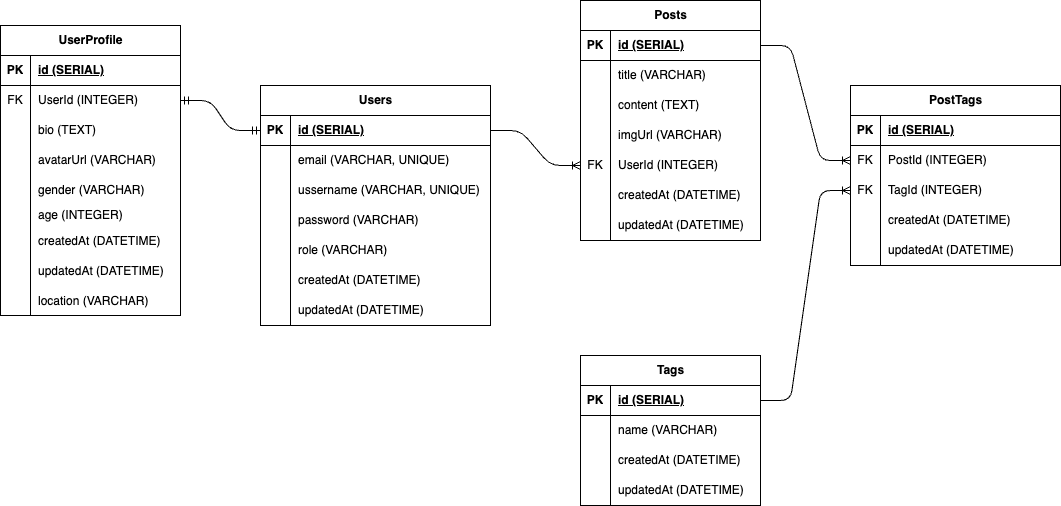
CanSaragih/SocialMedia-Instagram keeps this draw.io diagram as SocialMedia.drawio.png. Above is the earlier version. Source tidied: cells renumbered, new cells last; positions are measured from the earlier drawing's top-left corner, leaving out a move shared by most shapes.
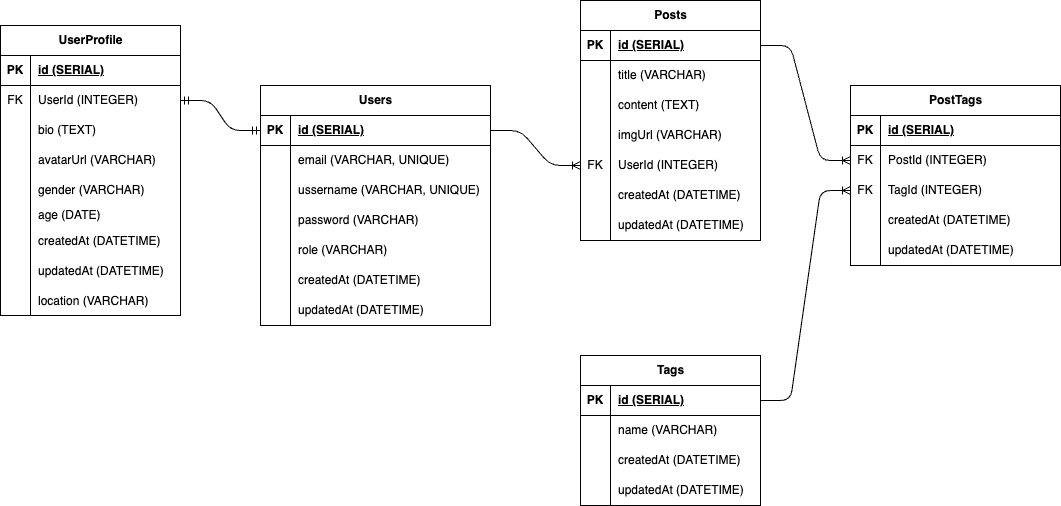
After the commit.

The edit, as a diff of the source:
```diff
@@ -122,7 +122,7 @@
     <mxCell id="41" style="shape=partialRectangle;fillColor=none;top=0;left=0;bottom=0;right=0;overflow=hidden;whiteSpace=wrap;html=1;" parent="40" vertex="1">
       <mxGeometry width="30" height="20" as="geometry" />
     </mxCell>
-    <mxCell id="42" value="age (INTEGER)" style="shape=partialRectangle;fillColor=none;top=0;left=0;bottom=0;right=0;align=left;spacingLeft=6;overflow=hidden;whiteSpace=wrap;html=1;" parent="40" vertex="1">
+    <mxCell id="42" value="age (DATE)" style="shape=partialRectangle;fillColor=none;top=0;left=0;bottom=0;right=0;align=left;spacingLeft=6;overflow=hidden;whiteSpace=wrap;html=1;" parent="40" vertex="1">
       <mxGeometry x="30" width="150" height="20" as="geometry" />
     </mxCell>
     <mxCell id="43" style="shape=tableRow;horizontal=0;startSize=0;swimlaneHead=0;swimlaneBody=0;fillColor=none;top=0;left=0;right=0;bottom=0;" parent="24" vertex="1">
```
